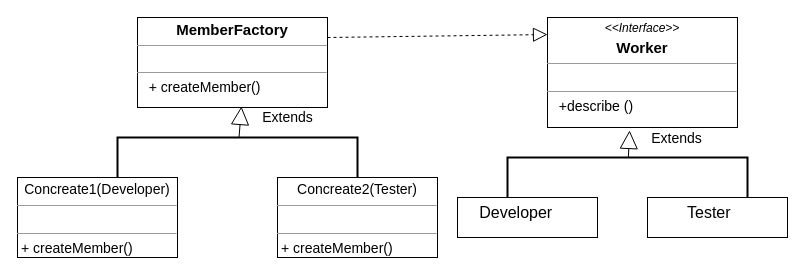
The draw.io diagram creational/factory/factory.drawio in MaksShadows/Patterns, before the edit. Source tidied: cells renumbered, new cells numbered last; positions are measured from the earlier drawing's top-left corner, leaving out a move shared by most shapes. Both pictures are drawn from the tidied source at 100%, with x=0, y=0 at pixel (17, 17).
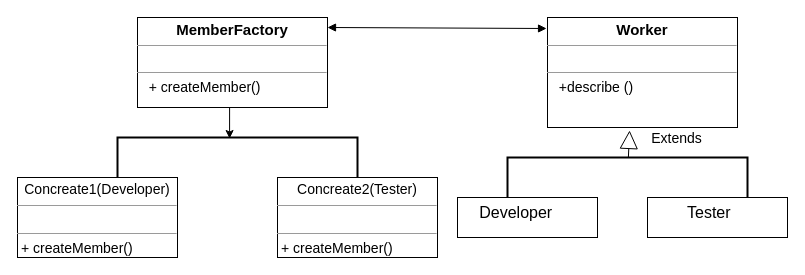
The same diagram, later.

Diff of the diagram source:
```diff
@@
 <mxGraphModel>
   <root>
     <mxCell id="0" />
     <mxCell id="1" parent="0" />
-    <mxCell id="2" value="&lt;p style=&quot;margin: 4px 0px 0px ; text-align: center&quot;&gt;&lt;i&gt;&amp;lt;&amp;lt;Interface&amp;gt;&amp;gt;&lt;/i&gt;&lt;/p&gt;&lt;p style=&quot;margin: 0px ; margin-top: 4px ; text-align: center&quot;&gt;&lt;span style=&quot;font-size: 15px&quot;&gt;&lt;b&gt;Worker&lt;/b&gt;&lt;/span&gt;&lt;/p&gt;&lt;hr size=&quot;1&quot;&gt;&lt;p style=&quot;margin: 0px ; margin-left: 4px&quot;&gt;&lt;br&gt;&lt;/p&gt;&lt;hr size=&quot;1&quot;&gt;&lt;p style=&quot;text-align: justify ; margin: 0px 0px 0px 4px&quot;&gt;&lt;font style=&quot;font-size: 14px&quot;&gt;&amp;nbsp; +describe ()&lt;/font&gt;&lt;/p&gt;" style="verticalAlign=top;align=left;overflow=fill;fontSize=12;fontFamily=Helvetica;html=1;" parent="1" vertex="1">
+    <mxCell id="2" value="&lt;p style=&quot;margin: 4px 0px 0px ; text-align: center&quot;&gt;&lt;b style=&quot;font-size: 15px&quot;&gt;Worker&lt;/b&gt;&lt;br&gt;&lt;/p&gt;&lt;hr size=&quot;1&quot;&gt;&lt;p style=&quot;margin: 0px ; margin-left: 4px&quot;&gt;&lt;br&gt;&lt;/p&gt;&lt;hr size=&quot;1&quot;&gt;&lt;p style=&quot;text-align: justify ; margin: 0px 0px 0px 4px&quot;&gt;&lt;font style=&quot;font-size: 14px&quot;&gt;&amp;nbsp; +describe ()&lt;/font&gt;&lt;/p&gt;" style="verticalAlign=top;align=left;overflow=fill;fontSize=12;fontFamily=Helvetica;html=1;" parent="1" vertex="1">
       <mxGeometry x="530" width="190" height="110" as="geometry" />
     </mxCell>
+    <mxCell id="13" style="edgeStyle=orthogonalEdgeStyle;rounded=0;jettySize=auto;html=1;exitX=0.5;exitY=1;exitDx=0;exitDy=0;entryX=0.025;entryY=0.533;entryDx=0;entryDy=0;entryPerimeter=0;" parent="1" edge="1" source="3" target="6">
+      <mxGeometry relative="1" as="geometry" />
+    </mxCell>
     <mxCell id="3" value="&lt;p style=&quot;margin: 0px ; margin-top: 4px ; text-align: center&quot;&gt;&lt;span style=&quot;font-size: 15px&quot;&gt;&lt;b&gt;MemberFactory&lt;/b&gt;&lt;/span&gt;&lt;br&gt;&lt;/p&gt;&lt;hr size=&quot;1&quot;&gt;&lt;p style=&quot;margin: 0px ; margin-left: 4px&quot;&gt;&lt;br&gt;&lt;/p&gt;&lt;hr size=&quot;1&quot;&gt;&lt;p style=&quot;text-align: justify ; margin: 0px 0px 0px 4px&quot;&gt;&lt;font style=&quot;font-size: 14px&quot;&gt;&amp;nbsp; + createMember()&lt;/font&gt;&lt;br&gt;&lt;/p&gt;" style="verticalAlign=top;align=left;overflow=fill;fontSize=12;fontFamily=Helvetica;html=1;" parent="1" vertex="1">
       <mxGeometry x="120" width="190" height="90" as="geometry" />
     </mxCell>
     <mxCell id="4" value="&lt;p style=&quot;text-align: center ; margin: 4px 0px 0px ; font-size: 14px&quot;&gt;&lt;font style=&quot;font-size: 14px&quot;&gt;Concreate1(Developer)&lt;/font&gt;&lt;/p&gt;&lt;hr size=&quot;1&quot; style=&quot;text-align: justify ; font-size: 14px&quot;&gt;&lt;p style=&quot;text-align: justify ; margin: 0px 0px 0px 4px&quot;&gt;&lt;br&gt;&lt;/p&gt;&lt;hr size=&quot;1&quot; style=&quot;text-align: justify&quot;&gt;&lt;p style=&quot;text-align: justify ; margin: 0px 0px 0px 4px&quot;&gt;&lt;font style=&quot;font-size: 14px&quot;&gt;+ createMember()&lt;/font&gt;&lt;/p&gt;" style="verticalAlign=top;align=left;overflow=fill;fontSize=12;fontFamily=Helvetica;html=1;" parent="1" vertex="1">
       <mxGeometry y="160" width="160" height="80" as="geometry" />
     </mxCell>
     <mxCell id="5" value="&lt;p style=&quot;text-align: center ; margin: 4px 0px 0px ; font-size: 14px&quot;&gt;&lt;font style=&quot;font-size: 14px&quot;&gt;Concreate2(Tester)&lt;/font&gt;&lt;/p&gt;&lt;hr size=&quot;1&quot; style=&quot;text-align: justify ; font-size: 14px&quot;&gt;&lt;p style=&quot;text-align: justify ; margin: 0px 0px 0px 4px&quot;&gt;&lt;br&gt;&lt;/p&gt;&lt;hr size=&quot;1&quot; style=&quot;text-align: justify&quot;&gt;&lt;p style=&quot;text-align: justify ; margin: 0px 0px 0px 4px&quot;&gt;&lt;font style=&quot;font-size: 14px&quot;&gt;+ createMember()&lt;/font&gt;&lt;/p&gt;" style="verticalAlign=top;align=left;overflow=fill;fontSize=12;fontFamily=Helvetica;html=1;" parent="1" vertex="1">
       <mxGeometry x="260" y="160" width="160" height="80" as="geometry" />
     </mxCell>
     <mxCell id="6" style="strokeWidth=2;html=1;shape=mxgraph.flowchart.annotation_1;align=left;rotation=90;" parent="1" vertex="1">
       <mxGeometry x="200" y="20" width="40" height="240" as="geometry" />
     </mxCell>
-    <mxCell id="7" value="&lt;font style=&quot;font-size: 14px&quot;&gt;Extends&lt;/font&gt;" style="endArrow=block;endSize=16;endFill=0;html=1;entryX=0.547;entryY=0.989;entryDx=0;entryDy=0;entryPerimeter=0;" parent="1" edge="1" source="6" target="3">
-      <mxGeometry x="0.52" y="-47" relative="1" as="geometry" />
-    </mxCell>
-    <mxCell id="8" style="endArrow=block;dashed=1;endFill=0;endSize=12;html=1;entryX=0;entryY=0.155;entryDx=0;entryDy=0;entryPerimeter=0;" parent="1" edge="1" target="2">
-      <mxGeometry relative="1" as="geometry">
-        <mxPoint x="310" y="20" as="sourcePoint" />
-      </mxGeometry>
-    </mxCell>
     <mxCell id="9" style="strokeWidth=2;html=1;shape=mxgraph.flowchart.annotation_1;align=left;rotation=90;" parent="1" vertex="1">
       <mxGeometry x="590" y="40" width="40" height="240" as="geometry" />
     </mxCell>
     <mxCell id="10" value="&lt;font style=&quot;font-size: 14px&quot;&gt;Extends&lt;/font&gt;" style="endArrow=block;endSize=16;endFill=0;html=1;entryX=0.432;entryY=1.027;entryDx=0;entryDy=0;entryPerimeter=0;" parent="1" edge="1" source="9" target="2">
       <mxGeometry x="0.52" y="-47" relative="1" as="geometry" />
     </mxCell>
     <mxCell id="11" value="&lt;p style=&quot;margin: 0px ; margin-top: 4px ; text-align: center&quot;&gt;&lt;/p&gt;&lt;div style=&quot;height: 2px&quot;&gt;&lt;font style=&quot;font-size: 16px&quot;&gt;&lt;br&gt;&lt;/font&gt;&lt;/div&gt;&lt;div style=&quot;height: 2px&quot;&gt;&lt;font style=&quot;font-size: 16px&quot;&gt;&amp;nbsp; &amp;nbsp; &amp;nbsp;Developer&lt;/font&gt;&lt;/div&gt;" style="verticalAlign=top;align=left;overflow=fill;fontSize=12;fontFamily=Helvetica;html=1;" parent="1" vertex="1">
       <mxGeometry x="440" y="180" width="140" height="40" as="geometry" />
     </mxCell>
     <mxCell id="12" value="&lt;p style=&quot;margin: 0px ; margin-top: 4px ; text-align: center&quot;&gt;&lt;/p&gt;&lt;div style=&quot;height: 2px&quot;&gt;&lt;font style=&quot;font-size: 16px&quot;&gt;&lt;br&gt;&lt;/font&gt;&lt;/div&gt;&lt;div style=&quot;height: 2px&quot;&gt;&lt;font style=&quot;font-size: 16px&quot;&gt;&amp;nbsp; &amp;nbsp; &amp;nbsp; &amp;nbsp; &amp;nbsp;Tester&lt;/font&gt;&lt;/div&gt;" style="verticalAlign=top;align=left;overflow=fill;fontSize=12;fontFamily=Helvetica;html=1;" parent="1" vertex="1">
       <mxGeometry x="630" y="180" width="140" height="40" as="geometry" />
     </mxCell>
+    <mxCell id="14" style="endArrow=block;startArrow=block;endFill=1;startFill=1;html=1;entryX=-0.005;entryY=0.1;entryDx=0;entryDy=0;entryPerimeter=0;" parent="1" edge="1" target="2">
+      <mxGeometry relative="1" as="geometry">
+        <mxPoint x="310" y="10" as="sourcePoint" />
+      </mxGeometry>
+    </mxCell>
   </root>
 </mxGraphModel>
```
